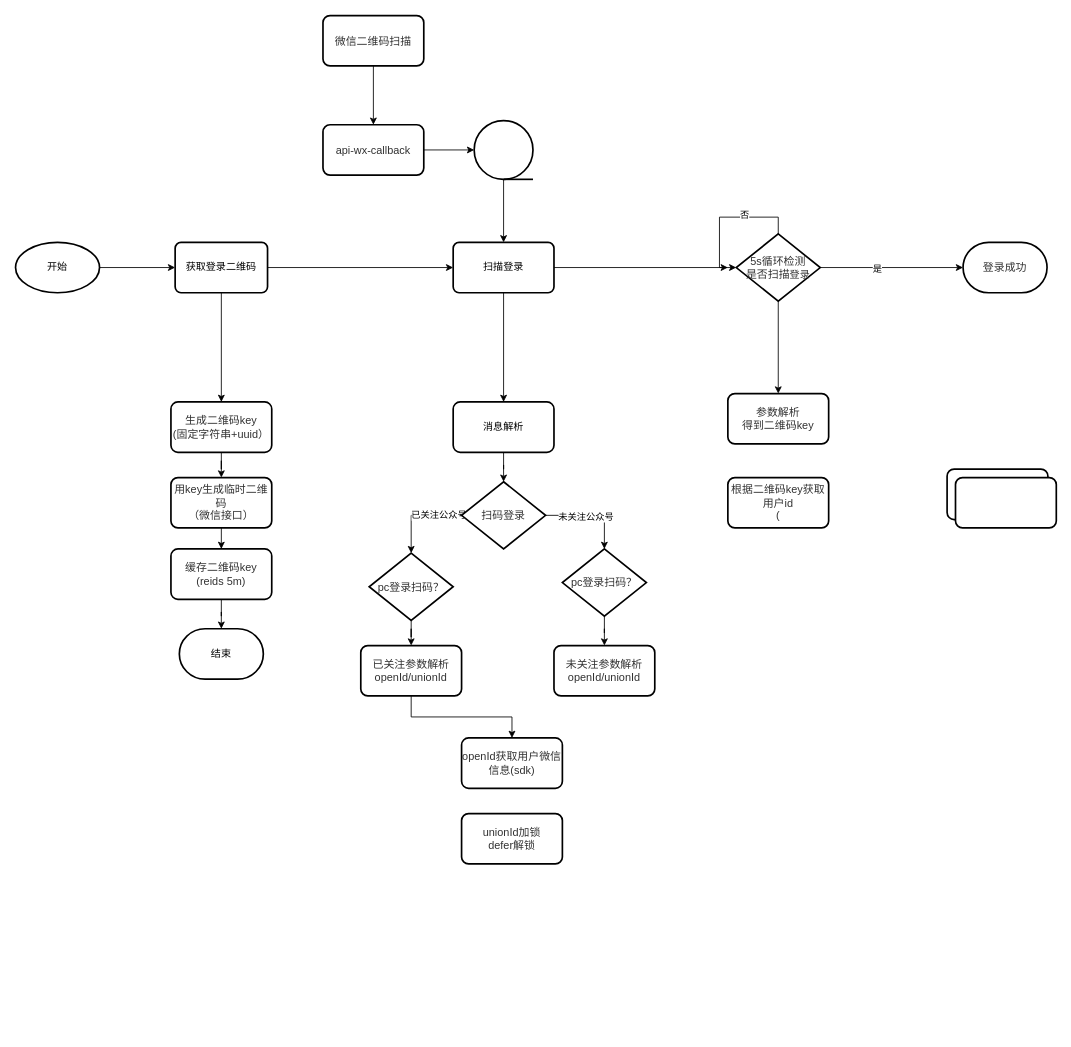
Above: 登录.drawio in xiell2016/hetaoDesign (draw.io), before the change. Source tidied: cells renumbered, new cells numbered last; positions are measured from the earlier drawing's top-left corner, leaving out a move shared by most shapes. Both pictures are drawn from the tidied source at 84%, with x=0, y=0 at pixel (15, 15).
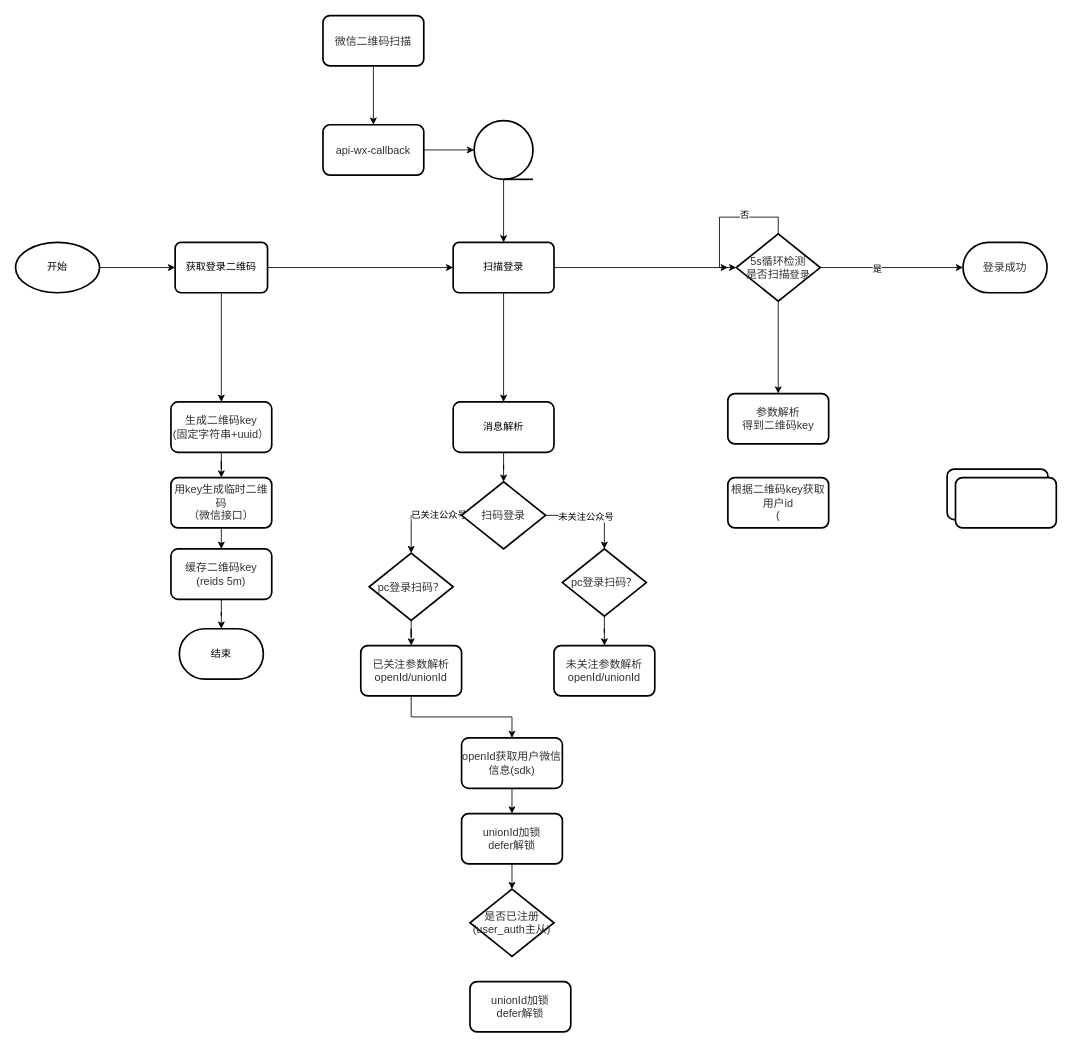
After the change.

The change refers to these unchanged cells:
```xml
<mxCell id="24" value="&lt;span style=&quot;color: rgb(50 , 50 , 50) ; font-size: 13px ; background-color: rgba(255 , 255 , 255 , 0.008)&quot;&gt;unionId加锁&lt;/span&gt;&lt;div style=&quot;resize: none ; outline: none ; font-size: 13px ; color: rgb(50 , 50 , 50) ; background-color: rgba(255 , 255 , 255 , 0.008)&quot;&gt;defer解锁&lt;/div&gt;" style="whiteSpace=wrap;html=1;rounded=1;strokeWidth=2;arcSize=14;" parent="1" vertex="1">
  <mxGeometry x="531" y="950" width="120" height="60" as="geometry" />
</mxCell>
<mxCell id="49" value="&lt;span style=&quot;color: rgb(50 , 50 , 50) ; font-size: 13px ; background-color: rgba(255 , 255 , 255 , 0.008)&quot;&gt;openId获取用户微信信息(sdk)&lt;/span&gt;" style="whiteSpace=wrap;html=1;rounded=1;strokeWidth=2;arcSize=14;" parent="1" vertex="1">
  <mxGeometry x="531" y="860" width="120" height="60" as="geometry" />
</mxCell>
```

Change to the diagram source:
```diff
@@
+    <mxCell id="50" style="edgeStyle=orthogonalEdgeStyle;rounded=0;jettySize=auto;html=1;" parent="1" edge="1" source="24">
+      <mxGeometry relative="1" as="geometry">
+        <mxPoint x="591" y="1040" as="targetPoint" />
+      </mxGeometry>
+    </mxCell>
@@
+    <mxCell id="51" style="edgeStyle=orthogonalEdgeStyle;rounded=0;jettySize=auto;html=1;exitX=0.5;exitY=1;exitDx=0;exitDy=0;entryX=0.5;entryY=0;entryDx=0;entryDy=0;" parent="1" edge="1" source="49" target="24">
+      <mxGeometry relative="1" as="geometry" />
+    </mxCell>
@@
+    <mxCell id="52" value="&lt;div style=&quot;resize: none ; outline: none ; font-size: 13px ; color: rgb(50 , 50 , 50) ; background-color: rgba(255 , 255 , 255 , 0.008)&quot;&gt;是否已注册&lt;/div&gt;&lt;div style=&quot;resize: none ; outline: none ; font-size: 13px ; color: rgb(50 , 50 , 50) ; background-color: rgba(255 , 255 , 255 , 0.008)&quot;&gt;(user_auth主从)&lt;/div&gt;" style="strokeWidth=2;html=1;shape=mxgraph.flowchart.decision;whiteSpace=wrap;" parent="1" vertex="1">
+      <mxGeometry x="541" y="1040" width="100" height="80" as="geometry" />
+    </mxCell>
+    <mxCell id="53" value="&lt;span style=&quot;color: rgb(50 , 50 , 50) ; font-size: 13px ; background-color: rgba(255 , 255 , 255 , 0.008)&quot;&gt;unionId加锁&lt;/span&gt;&lt;div style=&quot;resize: none ; outline: none ; font-size: 13px ; color: rgb(50 , 50 , 50) ; background-color: rgba(255 , 255 , 255 , 0.008)&quot;&gt;defer解锁&lt;/div&gt;" style="whiteSpace=wrap;html=1;rounded=1;strokeWidth=2;arcSize=14;" parent="1" vertex="1">
+      <mxGeometry x="541" y="1150" width="120" height="60" as="geometry" />
+    </mxCell>
```
